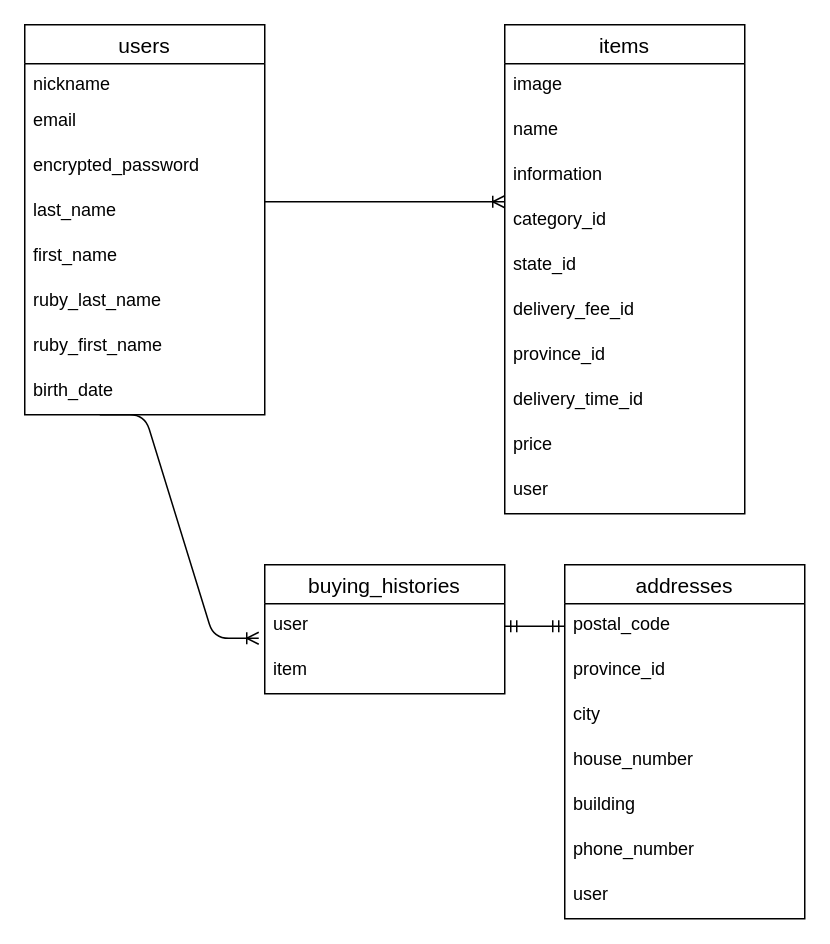
This is furima-37747.dio from tsuyori-S/furima-37747, a draw.io file, before an edit. Source tidied: cells renumbered, new cells numbered last; positions are measured from the earlier drawing's top-left corner, leaving out a move shared by most shapes. Both pictures are drawn from the tidied source at 150%, with x=0, y=0 at pixel (24, 24).
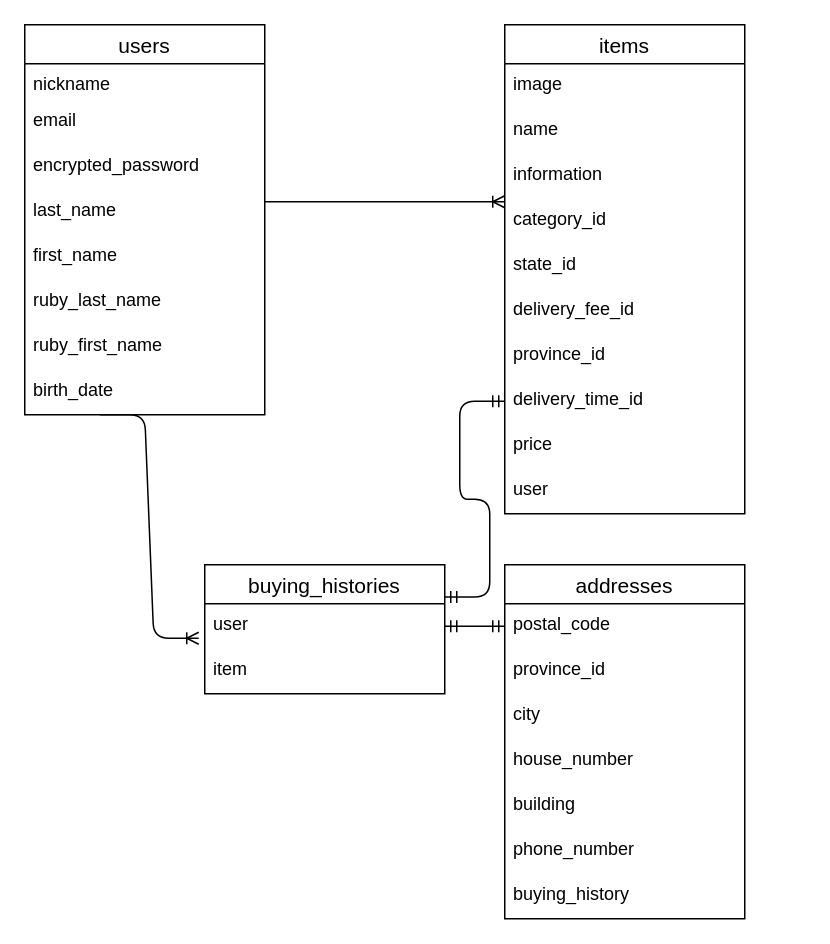
The same diagram, later.

Unchanged cells that the change refers to:
```xml
<mxCell id="18" value="delivery_time_id" style="text;strokeColor=none;fillColor=none;spacingLeft=4;spacingRight=4;overflow=hidden;points=[[0,0.5],[1,0.5]];portConstraint=eastwest;fontSize=12;" parent="10" vertex="1">
  <mxGeometry y="236" width="160" height="30" as="geometry" />
</mxCell>
```

What changed in the source:
```diff
@@
     <mxCell id="2" value="addresses" style="swimlane;fontStyle=0;horizontal=1;startSize=26;align=center;fontSize=14;" parent="1" vertex="1">
-      <mxGeometry x="360" y="360" width="160" height="236" as="geometry" />
+      <mxGeometry x="320" y="360" width="160" height="236" as="geometry" />
     </mxCell>
@@
-    <mxCell id="9" value="user" style="text;strokeColor=none;fillColor=none;spacingLeft=4;spacingRight=4;overflow=hidden;fontSize=12;" parent="2" vertex="1">
+    <mxCell id="9" value="buying_history" style="text;strokeColor=none;fillColor=none;spacingLeft=4;spacingRight=4;overflow=hidden;fontSize=12;" parent="2" vertex="1">
       <mxGeometry y="206" width="160" height="30" as="geometry" />
     </mxCell>
@@
     <mxCell id="32" value="buying_histories" style="swimlane;fontStyle=0;horizontal=1;startSize=26;align=center;fontSize=14;" parent="1" vertex="1">
-      <mxGeometry x="160" y="360" width="160" height="86" as="geometry" />
+      <mxGeometry x="120" y="360" width="160" height="86" as="geometry" />
     </mxCell>
@@
+    <mxCell id="36" style="edgeStyle=entityRelationEdgeStyle;fontSize=12;html=1;endArrow=ERmandOne;startArrow=ERmandOne;exitX=1;exitY=0.25;exitDx=0;exitDy=0;entryX=0;entryY=0.5;entryDx=0;entryDy=0;" parent="1" edge="1" source="32" target="18">
+      <mxGeometry relative="1" as="geometry" />
+    </mxCell>
```
